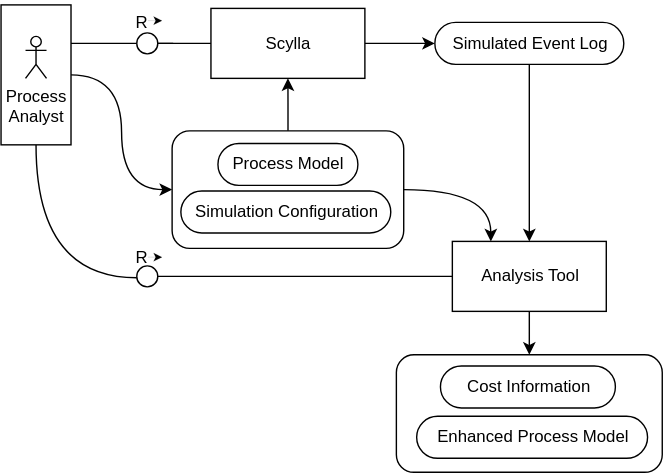
Above: architecture_concrete.svg in fyndalf/master-thesis (draw.io), before the change. Source tidied: cells renumbered, new cells last; positions are measured from the earlier drawing's top-left corner, leaving out a move shared by most shapes.
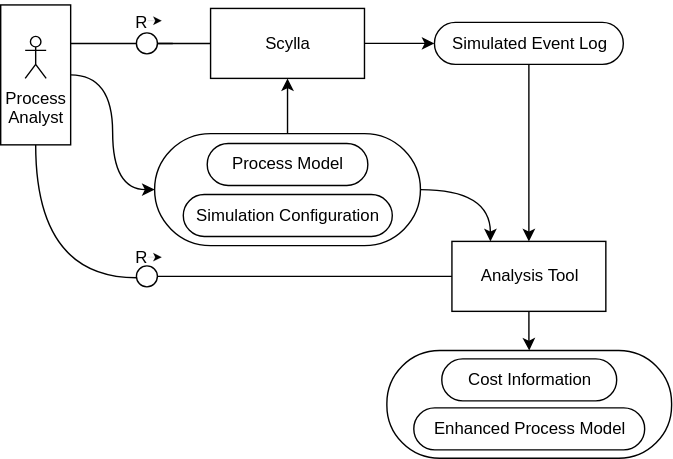
Later version of the same file.

What changed in the source:
```diff
@@ -43,9 +43,9 @@
     <mxCell id="12" style="ellipse;whiteSpace=wrap;html=1;rounded=0;" parent="1" vertex="1">
       <mxGeometry x="97" y="22" width="15" height="15" as="geometry" />
     </mxCell>
-    <mxCell id="13" style="edgeStyle=orthogonalEdgeStyle;curved=1;rounded=0;jettySize=auto;html=1;entryX=0.5;entryY=0;entryDx=0;entryDy=0;startArrow=none;startFill=0;endArrow=classic;endFill=1;" parent="1" edge="1" source="14" target="23">
-      <mxGeometry relative="1" as="geometry" />
-    </mxCell>
+    <mxCell id="33" style="edgeStyle=orthogonalEdgeStyle;rounded=0;jettySize=auto;html=1;entryX=0.5;entryY=0;entryDx=0;entryDy=0;" parent="1" edge="1" source="14" target="35">
+      <mxGeometry relative="1" as="geometry" />
+    </mxCell>
     <mxCell id="14" value="&lt;div&gt;Analysis Tool&lt;/div&gt;" style="html=1;" parent="1" vertex="1">
       <mxGeometry x="322.5" y="171" width="110" height="50" as="geometry" />
     </mxCell>
@@ -55,33 +55,6 @@
     <mxCell id="16" style="ellipse;whiteSpace=wrap;html=1;rounded=0;" parent="1" vertex="1">
       <mxGeometry x="97" y="188.5" width="15" height="15" as="geometry" />
     </mxCell>
-    <mxCell id="17" style="group;" parent="1" vertex="1">
-      <mxGeometry x="122.2" y="92" width="165.5" height="84" as="geometry" />
-    </mxCell>
-    <mxCell id="18" style="group;" parent="17" vertex="1">
-      <mxGeometry width="165.5" height="84" as="geometry" />
-    </mxCell>
-    <mxCell id="19" style="rounded=1;whiteSpace=wrap;html=1;fillColor=none;" parent="18" vertex="1">
-      <mxGeometry width="165.5" height="84" as="geometry" />
-    </mxCell>
-    <mxCell id="20" value="&lt;div&gt;Process Model&lt;/div&gt;" style="html=1;dashed=0;whitespace=wrap;shape=mxgraph.dfd.start;rounded=0;" parent="18" vertex="1">
-      <mxGeometry x="32.8" y="9" width="100" height="30" as="geometry" />
-    </mxCell>
-    <mxCell id="21" value="Simulation Configuration" style="html=1;dashed=0;whitespace=wrap;shape=mxgraph.dfd.start;rounded=0;" parent="18" vertex="1">
-      <mxGeometry x="6.2" y="43" width="150" height="30" as="geometry" />
-    </mxCell>
-    <mxCell id="22" style="group;" parent="1" vertex="1">
-      <mxGeometry x="282.5" y="252" width="190" height="84" as="geometry" />
-    </mxCell>
-    <mxCell id="23" style="rounded=1;whiteSpace=wrap;html=1;fillColor=none;fontStyle=1;" parent="22" vertex="1">
-      <mxGeometry width="190" height="84" as="geometry" />
-    </mxCell>
-    <mxCell id="24" value="Cost Information" style="html=1;dashed=0;whitespace=wrap;shape=mxgraph.dfd.start;rounded=0;" parent="22" vertex="1">
-      <mxGeometry x="31.5" y="8" width="125" height="30" as="geometry" />
-    </mxCell>
-    <mxCell id="25" value="Enhanced Process Model" style="html=1;dashed=0;whitespace=wrap;shape=mxgraph.dfd.start;rounded=0;" parent="22" vertex="1">
-      <mxGeometry x="14.5" y="44" width="165" height="30" as="geometry" />
-    </mxCell>
     <mxCell id="26" style="edgeStyle=orthogonalEdgeStyle;rounded=0;jettySize=auto;html=1;entryX=0.5;entryY=1;entryDx=0;entryDy=0;startArrow=none;startFill=0;endArrow=classic;endFill=1;" parent="1" edge="1" source="19" target="3">
       <mxGeometry relative="1" as="geometry" />
     </mxCell>
@@ -113,5 +86,26 @@
         <mxPoint x="44.5" y="14.8" as="targetPoint" />
       </mxGeometry>
     </mxCell>
+    <mxCell id="34" style="group;" parent="1" vertex="1">
+      <mxGeometry x="276" y="249" width="203.5" height="77" as="geometry" />
+    </mxCell>
+    <mxCell id="35" style="rounded=1;whiteSpace=wrap;html=1;arcSize=49;" parent="34" vertex="1">
+      <mxGeometry width="203.5" height="77" as="geometry" />
+    </mxCell>
+    <mxCell id="24" value="Cost Information" style="html=1;dashed=0;whitespace=wrap;shape=mxgraph.dfd.start;rounded=0;" parent="34" vertex="1">
+      <mxGeometry x="39.2" y="6" width="125" height="30" as="geometry" />
+    </mxCell>
+    <mxCell id="25" value="Enhanced Process Model" style="html=1;dashed=0;whitespace=wrap;shape=mxgraph.dfd.start;rounded=0;" parent="34" vertex="1">
+      <mxGeometry x="19.2" y="41" width="165" height="30" as="geometry" />
+    </mxCell>
+    <mxCell id="19" style="rounded=1;whiteSpace=wrap;html=1;fillColor=none;arcSize=50;" parent="1" vertex="1">
+      <mxGeometry x="110" y="94" width="190" height="80" as="geometry" />
+    </mxCell>
+    <mxCell id="20" value="&lt;div&gt;Process Model&lt;/div&gt;" style="html=1;dashed=0;whitespace=wrap;shape=mxgraph.dfd.start;rounded=0;" parent="1" vertex="1">
+      <mxGeometry x="147.6" y="101" width="114.8" height="30" as="geometry" />
+    </mxCell>
+    <mxCell id="21" value="Simulation Configuration" style="html=1;dashed=0;whitespace=wrap;shape=mxgraph.dfd.start;rounded=0;" parent="1" vertex="1">
+      <mxGeometry x="130.5" y="137.5" width="149.4" height="30" as="geometry" />
+    </mxCell>
   </root>
 </mxGraphModel>
```
